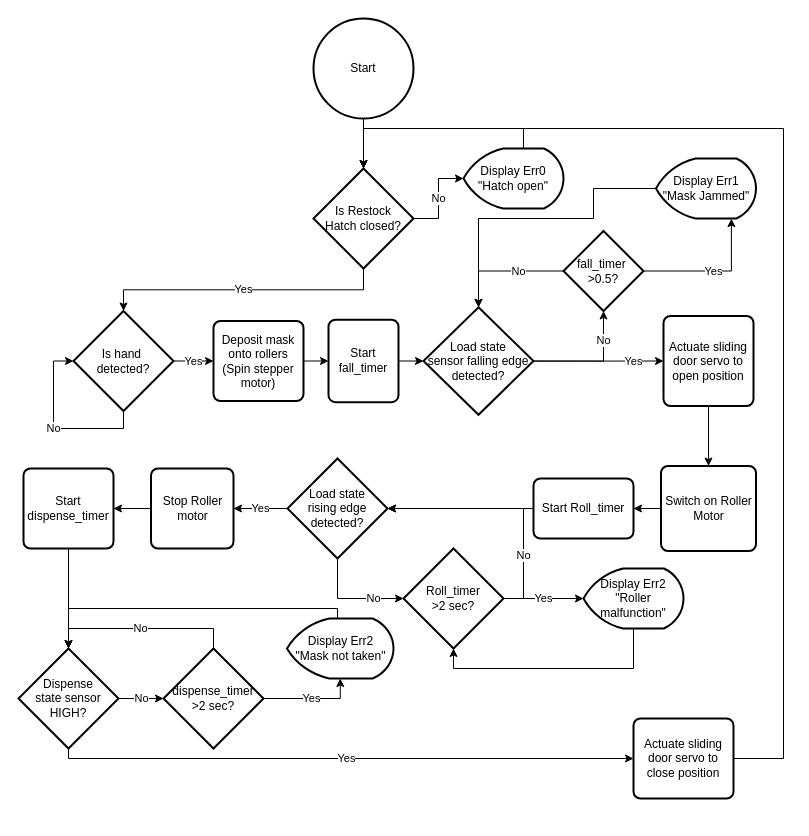
This is Untitled Diagram.drawio from LeoCain/METR4810-dispenser, a draw.io file, before an edit. Source tidied: cells renumbered, new cells numbered last; positions are measured from the earlier drawing's top-left corner, leaving out a move shared by most shapes. Both pictures are drawn from the tidied source at 100%, with x=0, y=0 at pixel (18, 18).
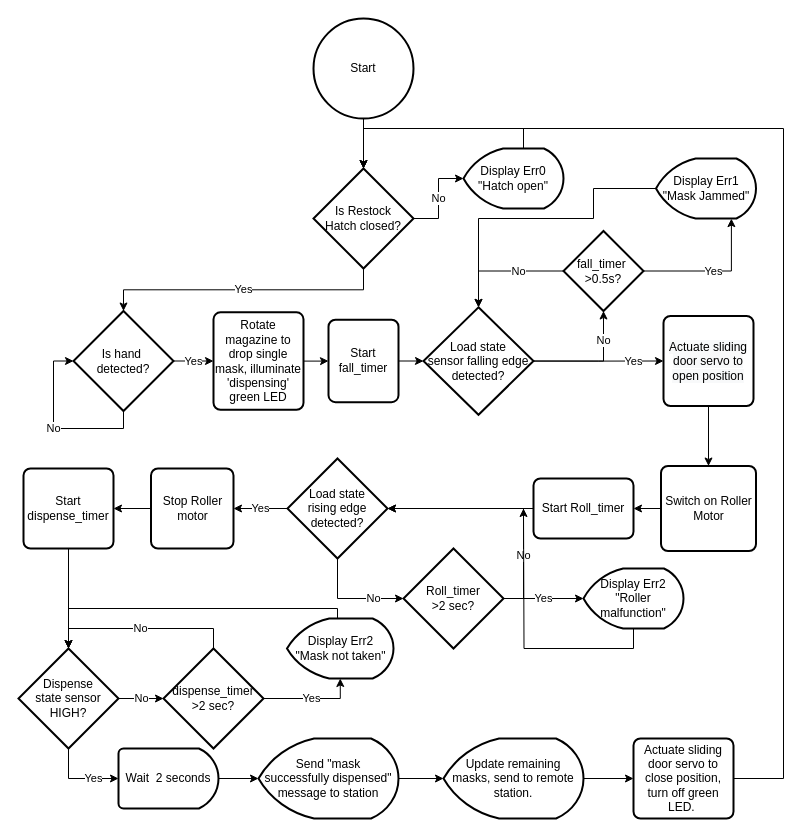
The same diagram, later.

Commit message:
added telemetry and a delay for sliding door, plus green LED

Unchanged cells that the change refers to:
```xml
<mxCell id="5" value="Is Restock &lt;br&gt;Hatch closed?" style="strokeWidth=2;html=1;shape=mxgraph.flowchart.decision;whiteSpace=wrap;" parent="1" vertex="1">
  <mxGeometry x="295" y="150" width="100" height="100" as="geometry" />
</mxCell>
<mxCell id="25" value="Dispense &lt;br&gt;state sensor HIGH?" style="strokeWidth=2;html=1;shape=mxgraph.flowchart.decision;whiteSpace=wrap;" parent="1" vertex="1">
  <mxGeometry y="630" width="100" height="100" as="geometry" />
</mxCell>
<mxCell id="35" value="Roll_timer &lt;br&gt;&amp;gt;2 sec?" style="strokeWidth=2;html=1;shape=mxgraph.flowchart.decision;whiteSpace=wrap;" parent="1" vertex="1">
  <mxGeometry x="385" y="530" width="100" height="100" as="geometry" />
</mxCell>
<mxCell id="37" value="Display Err2 &quot;Roller malfunction&quot;" style="strokeWidth=2;html=1;shape=mxgraph.flowchart.display;whiteSpace=wrap;" parent="1" vertex="1">
  <mxGeometry x="565" y="550" width="100" height="60" as="geometry" />
</mxCell>
```

Change to the diagram source:
```diff
@@
-    <mxCell id="13" value="Deposit mask onto rollers (Spin stepper motor)" style="rounded=1;whiteSpace=wrap;html=1;absoluteArcSize=1;arcSize=14;strokeWidth=2;" parent="1" vertex="1">
-      <mxGeometry x="195" y="302.5" width="90" height="80" as="geometry" />
+    <mxCell id="13" value="Rotate magazine to drop single mask, illuminate 'dispensing' green LED" style="rounded=1;whiteSpace=wrap;html=1;absoluteArcSize=1;arcSize=14;strokeWidth=2;" parent="1" vertex="1">
+      <mxGeometry x="195" y="293.8" width="90" height="97.5" as="geometry" />
     </mxCell>
@@
-    <mxCell id="24" value="Yes" style="edgeStyle=orthogonalEdgeStyle;rounded=0;jettySize=auto;html=1;exitX=0.5;exitY=1;exitDx=0;exitDy=0;exitPerimeter=0;entryX=0;entryY=0.5;entryDx=0;entryDy=0;" parent="1" edge="1" source="25" target="27">
-      <mxGeometry relative="1" as="geometry">
-        <Array as="points">
-          <mxPoint x="50" y="740" />
-        </Array>
-      </mxGeometry>
+    <mxCell id="24" value="Yes" style="edgeStyle=orthogonalEdgeStyle;rounded=0;jettySize=auto;html=1;exitX=0.5;exitY=1;exitDx=0;exitDy=0;exitPerimeter=0;entryX=0;entryY=0.5;entryDx=0;entryDy=0;entryPerimeter=0;" parent="1" edge="1" source="25" target="57">
+      <mxGeometry x="0.38" relative="1" as="geometry" />
     </mxCell>
@@
-    <mxCell id="26" style="edgeStyle=orthogonalEdgeStyle;rounded=0;jettySize=auto;html=1;exitX=1;exitY=0.5;exitDx=0;exitDy=0;entryX=0.5;entryY=0;entryDx=0;entryDy=0;entryPerimeter=0;" parent="1" edge="1" source="27" target="5">
+    <mxCell id="26" style="edgeStyle=orthogonalEdgeStyle;rounded=0;jettySize=auto;html=1;entryX=0.5;entryY=0;entryDx=0;entryDy=0;entryPerimeter=0;exitX=1;exitY=0.5;exitDx=0;exitDy=0;" parent="1" edge="1" source="27" target="5">
       <mxGeometry relative="1" as="geometry">
         <Array as="points">
-          <mxPoint x="765" y="740" />
+          <mxPoint x="765" y="760" />
           <mxPoint x="765" y="110" />
           <mxPoint x="345" y="110" />
         </Array>
       </mxGeometry>
     </mxCell>
-    <mxCell id="27" value="Actuate sliding door servo to close position" style="rounded=1;whiteSpace=wrap;html=1;absoluteArcSize=1;arcSize=14;strokeWidth=2;" parent="1" vertex="1">
-      <mxGeometry x="615" y="700" width="100" height="80" as="geometry" />
+    <mxCell id="27" value="Actuate sliding door servo to close position, turn off green LED.&amp;nbsp;" style="rounded=1;whiteSpace=wrap;html=1;absoluteArcSize=1;arcSize=14;strokeWidth=2;" parent="1" vertex="1">
+      <mxGeometry x="615" y="720" width="100" height="80" as="geometry" />
     </mxCell>
@@
-    <mxCell id="36" style="edgeStyle=orthogonalEdgeStyle;rounded=0;jettySize=auto;html=1;exitX=0.5;exitY=1;exitDx=0;exitDy=0;exitPerimeter=0;entryX=0.5;entryY=1;entryDx=0;entryDy=0;entryPerimeter=0;" parent="1" edge="1" source="37" target="35">
-      <mxGeometry relative="1" as="geometry" />
+    <mxCell id="36" style="edgeStyle=orthogonalEdgeStyle;rounded=0;jettySize=auto;html=1;exitX=0.5;exitY=1;exitDx=0;exitDy=0;exitPerimeter=0;" parent="1" edge="1" source="37">
+      <mxGeometry relative="1" as="geometry">
+        <mxPoint x="505" y="490" as="targetPoint" />
+      </mxGeometry>
     </mxCell>
@@
-    <mxCell id="51" value="fall_timer&amp;nbsp;&lt;br&gt;&amp;gt;0.5?" style="strokeWidth=2;html=1;shape=mxgraph.flowchart.decision;whiteSpace=wrap;" parent="1" vertex="1">
+    <mxCell id="51" value="fall_timer&amp;nbsp;&lt;br&gt;&amp;gt;0.5s?" style="strokeWidth=2;html=1;shape=mxgraph.flowchart.decision;whiteSpace=wrap;" parent="1" vertex="1">
       <mxGeometry x="545" y="212.5" width="80" height="80" as="geometry" />
     </mxCell>
+    <mxCell id="52" style="edgeStyle=orthogonalEdgeStyle;rounded=0;jettySize=auto;html=1;exitX=1;exitY=0.5;exitDx=0;exitDy=0;exitPerimeter=0;entryX=0;entryY=0.5;entryDx=0;entryDy=0;entryPerimeter=0;" parent="1" edge="1" source="53" target="55">
+      <mxGeometry relative="1" as="geometry" />
+    </mxCell>
+    <mxCell id="53" value="Send &quot;mask &lt;br&gt;successfully dispensed&quot; message to station" style="strokeWidth=2;html=1;shape=mxgraph.flowchart.display;whiteSpace=wrap;" parent="1" vertex="1">
+      <mxGeometry x="240" y="720" width="140" height="80" as="geometry" />
+    </mxCell>
+    <mxCell id="54" style="edgeStyle=orthogonalEdgeStyle;rounded=0;jettySize=auto;html=1;exitX=1;exitY=0.5;exitDx=0;exitDy=0;exitPerimeter=0;entryX=0;entryY=0.5;entryDx=0;entryDy=0;" parent="1" edge="1" source="55" target="27">
+      <mxGeometry relative="1" as="geometry" />
+    </mxCell>
+    <mxCell id="55" value="Update remaining &lt;br&gt;masks, send to remote station." style="strokeWidth=2;html=1;shape=mxgraph.flowchart.display;whiteSpace=wrap;" parent="1" vertex="1">
+      <mxGeometry x="425" y="720" width="140" height="80" as="geometry" />
+    </mxCell>
+    <mxCell id="56" style="edgeStyle=orthogonalEdgeStyle;rounded=0;jettySize=auto;html=1;exitX=1;exitY=0.5;exitDx=0;exitDy=0;exitPerimeter=0;entryX=0;entryY=0.5;entryDx=0;entryDy=0;entryPerimeter=0;" parent="1" edge="1" source="57" target="53">
+      <mxGeometry relative="1" as="geometry" />
+    </mxCell>
+    <mxCell id="57" value="Wait&amp;nbsp; 2 seconds" style="strokeWidth=2;html=1;shape=mxgraph.flowchart.delay;whiteSpace=wrap;" parent="1" vertex="1">
+      <mxGeometry x="100" y="730" width="100" height="60" as="geometry" />
+    </mxCell>
```
